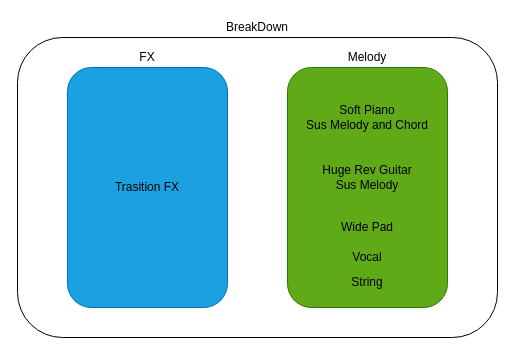
Before: Emotional Pro House BreakDown.drawio in houance/Music-Illustration, a draw.io diagram. Source tidied: cells renumbered, new cells numbered last; positions are measured from the earlier drawing's top-left corner, leaving out a move shared by most shapes. Both pictures are drawn from the tidied source at 100%, with x=0, y=0 at pixel (17, 17).
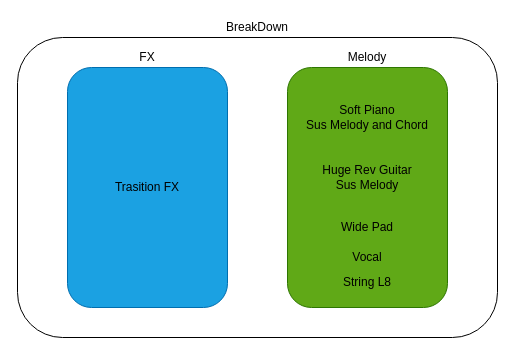
Above is the later version.

What changed in the source:
```diff
@@
 <mxGraphModel>
   <root>
     <mxCell id="0" />
     <mxCell id="1" parent="0" />
     <mxCell id="2" style="rounded=1;whiteSpace=wrap;html=1;" parent="1" vertex="1">
       <mxGeometry y="20" width="480" height="300" as="geometry" />
     </mxCell>
     <mxCell id="3" style="rounded=1;whiteSpace=wrap;html=1;fillColor=#1ba1e2;strokeColor=#006EAF;fontColor=#ffffff;" parent="1" vertex="1">
       <mxGeometry x="50" y="50" width="160" height="240" as="geometry" />
     </mxCell>
     <mxCell id="4" value="FX" style="text;html=1;strokeColor=none;fillColor=none;align=center;verticalAlign=middle;whiteSpace=wrap;rounded=0;" parent="1" vertex="1">
       <mxGeometry x="110" y="30" width="40" height="20" as="geometry" />
     </mxCell>
     <mxCell id="5" style="rounded=1;whiteSpace=wrap;html=1;fillColor=#60a917;strokeColor=#2D7600;fontColor=#ffffff;" parent="1" vertex="1">
       <mxGeometry x="270" y="50" width="160" height="240" as="geometry" />
     </mxCell>
     <mxCell id="6" value="Soft Piano &lt;br&gt;Sus Melody and Chord" style="text;html=1;strokeColor=none;fillColor=none;align=center;verticalAlign=middle;whiteSpace=wrap;rounded=0;" parent="1" vertex="1">
       <mxGeometry x="270" y="90" width="160" height="20" as="geometry" />
     </mxCell>
     <mxCell id="7" value="Melody" style="text;html=1;strokeColor=none;fillColor=none;align=center;verticalAlign=middle;whiteSpace=wrap;rounded=0;" parent="1" vertex="1">
       <mxGeometry x="330" y="30" width="40" height="20" as="geometry" />
     </mxCell>
     <mxCell id="8" value="BreakDown" style="text;html=1;strokeColor=none;fillColor=none;align=center;verticalAlign=middle;whiteSpace=wrap;rounded=0;" parent="1" vertex="1">
       <mxGeometry x="205" width="70" height="20" as="geometry" />
     </mxCell>
     <mxCell id="9" value="Wide Pad" style="text;html=1;strokeColor=none;fillColor=none;align=center;verticalAlign=middle;whiteSpace=wrap;rounded=0;" parent="1" vertex="1">
       <mxGeometry x="305" y="200" width="90" height="20" as="geometry" />
     </mxCell>
     <mxCell id="10" value="Trasition FX" style="text;html=1;strokeColor=none;fillColor=none;align=center;verticalAlign=middle;whiteSpace=wrap;rounded=0;" parent="1" vertex="1">
       <mxGeometry x="90" y="160" width="80" height="20" as="geometry" />
     </mxCell>
     <mxCell id="11" value="Huge Rev Guitar Sus Melody" style="text;html=1;strokeColor=none;fillColor=none;align=center;verticalAlign=middle;whiteSpace=wrap;rounded=0;" parent="1" vertex="1">
       <mxGeometry x="300" y="150" width="100" height="20" as="geometry" />
     </mxCell>
-    <mxCell id="12" value="String" style="text;html=1;strokeColor=none;fillColor=none;align=center;verticalAlign=middle;whiteSpace=wrap;rounded=0;" parent="1" vertex="1">
+    <mxCell id="12" value="String L8" style="text;html=1;strokeColor=none;fillColor=none;align=center;verticalAlign=middle;whiteSpace=wrap;rounded=0;" parent="1" vertex="1">
       <mxGeometry x="300" y="255" width="100" height="20" as="geometry" />
     </mxCell>
     <mxCell id="13" value="Vocal" style="text;html=1;strokeColor=none;fillColor=none;align=center;verticalAlign=middle;whiteSpace=wrap;rounded=0;" parent="1" vertex="1">
       <mxGeometry x="300" y="230" width="100" height="20" as="geometry" />
     </mxCell>
   </root>
 </mxGraphModel>
```
